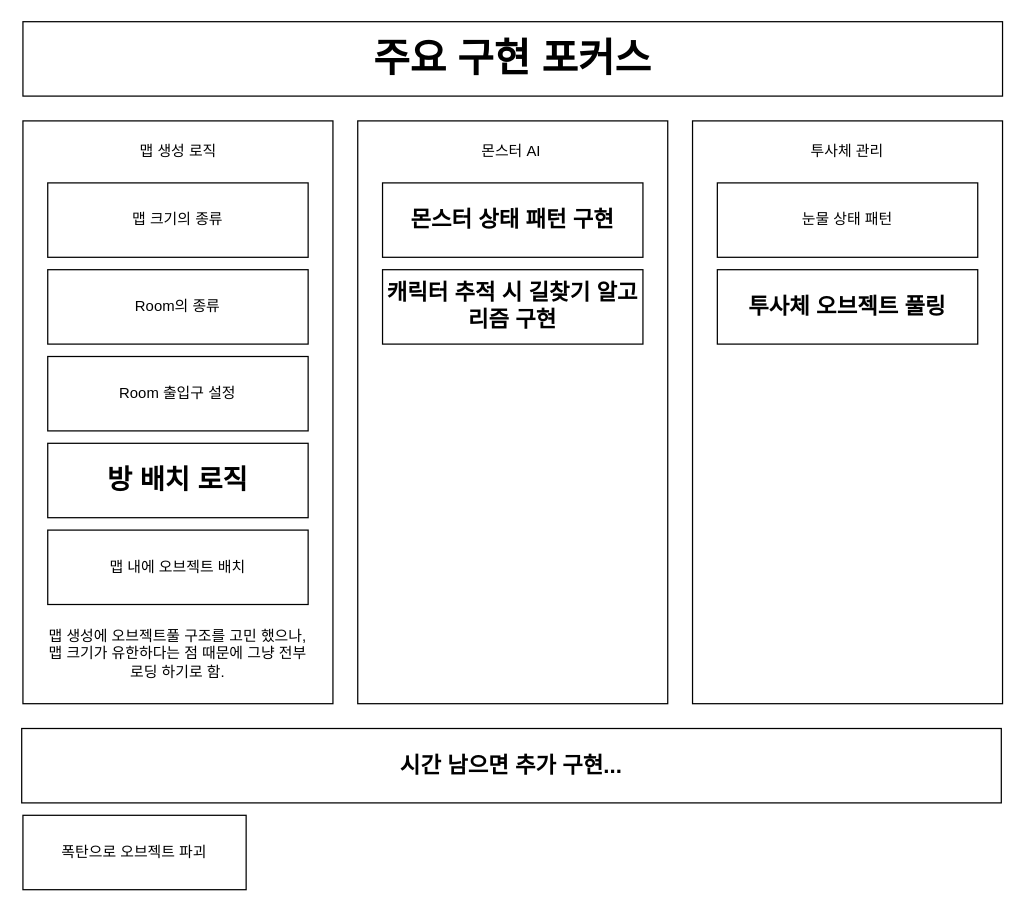
lattechicken999/IsaacCopy keeps this draw.io diagram as 주요 구현 항목.drawio. Above is the earlier version. Source tidied: cells renumbered, new cells numbered last; positions are measured from the earlier drawing's top-left corner, leaving out a move shared by most shapes. Both pictures are drawn from the tidied source at 124%, with x=0, y=0 at pixel (21, 21).
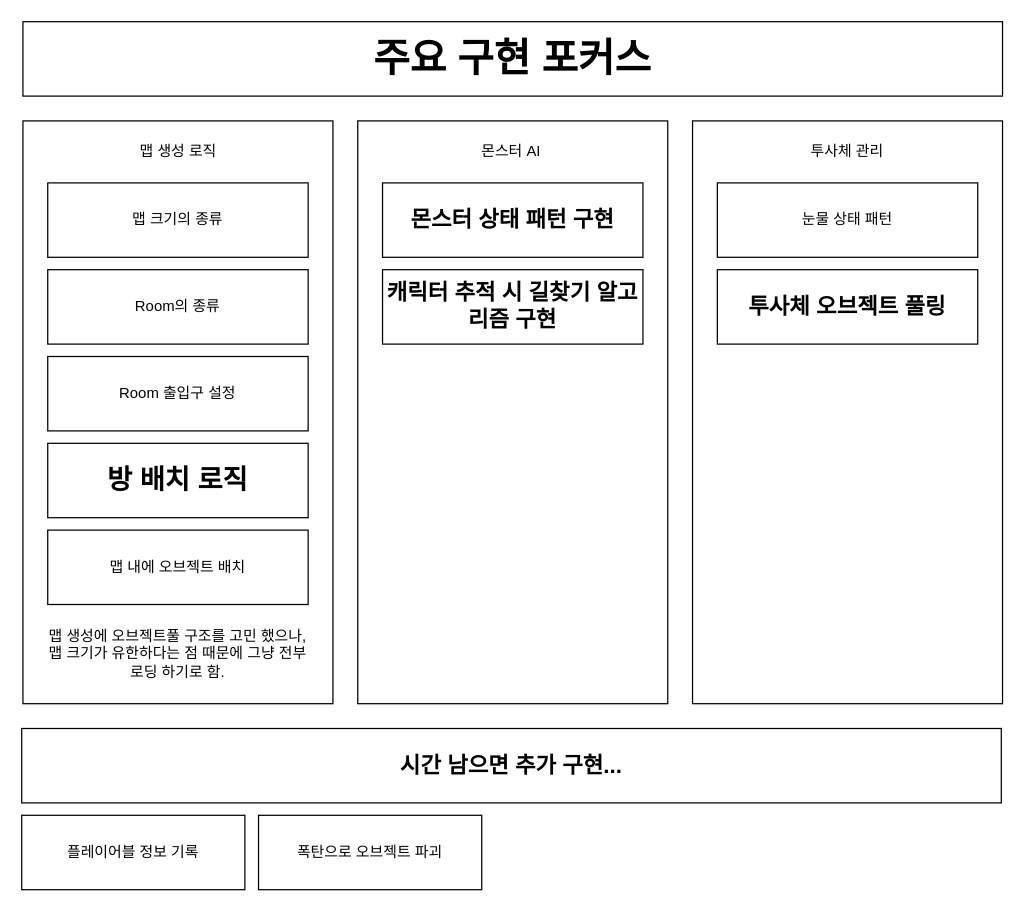
Above is the later version.

Change to the diagram source:
```diff
@@
     <mxCell id="20" value="폭탄으로 오브젝트 파괴" style="rounded=0;whiteSpace=wrap;html=1;" parent="1" vertex="1">
-      <mxGeometry x="1" y="640" width="180" height="60" as="geometry" />
+      <mxGeometry x="191" y="640" width="180" height="60" as="geometry" />
     </mxCell>
+    <mxCell id="21" value="플레이어블 정보 기록" style="rounded=0;whiteSpace=wrap;html=1;" parent="1" vertex="1">
+      <mxGeometry y="640" width="180" height="60" as="geometry" />
+    </mxCell>
```
